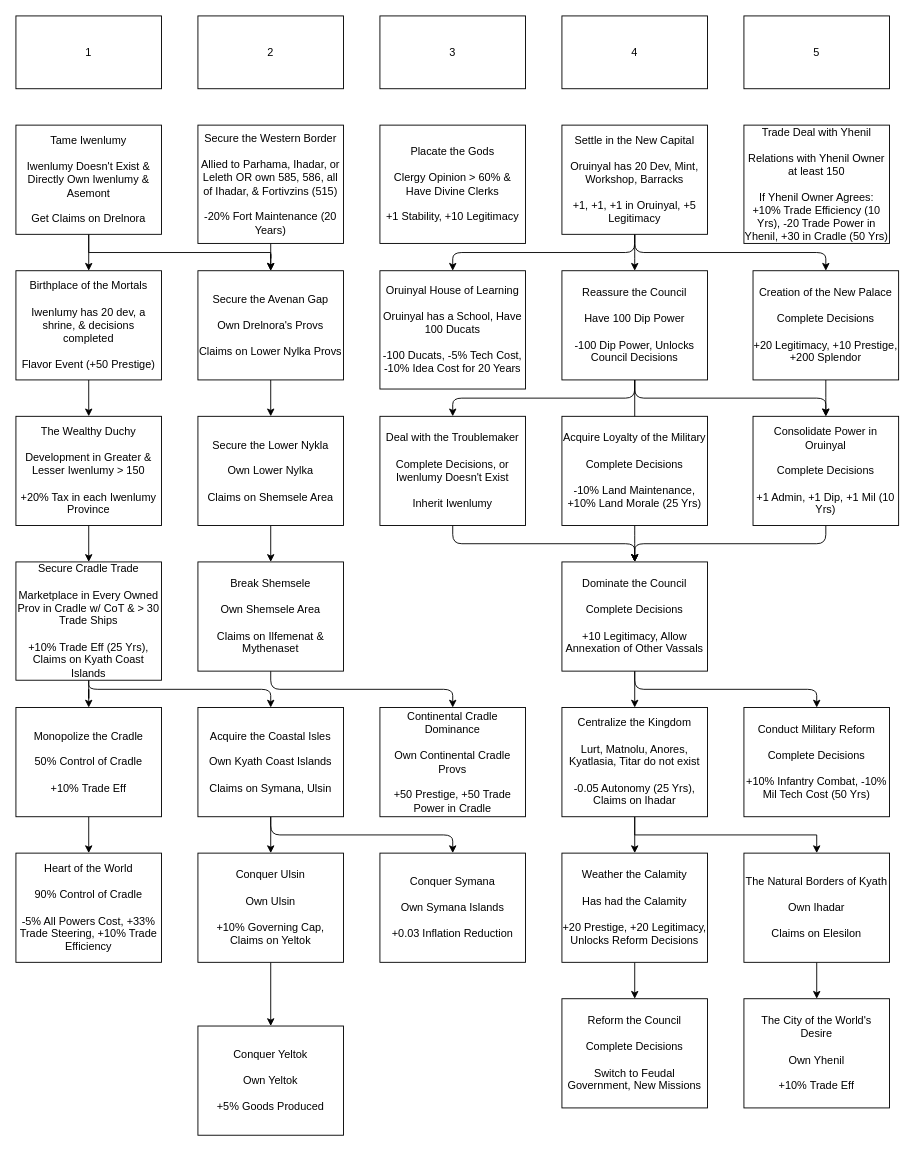
Before: planning/Kyath Mission Tree.drawio in Garion132/Aveia, a draw.io diagram. Source tidied: cells renumbered, new cells numbered last; positions are measured from the earlier drawing's top-left corner, leaving out a move shared by most shapes. Both pictures are drawn from the tidied source at 91%, with x=0, y=0 at pixel (15, 15).
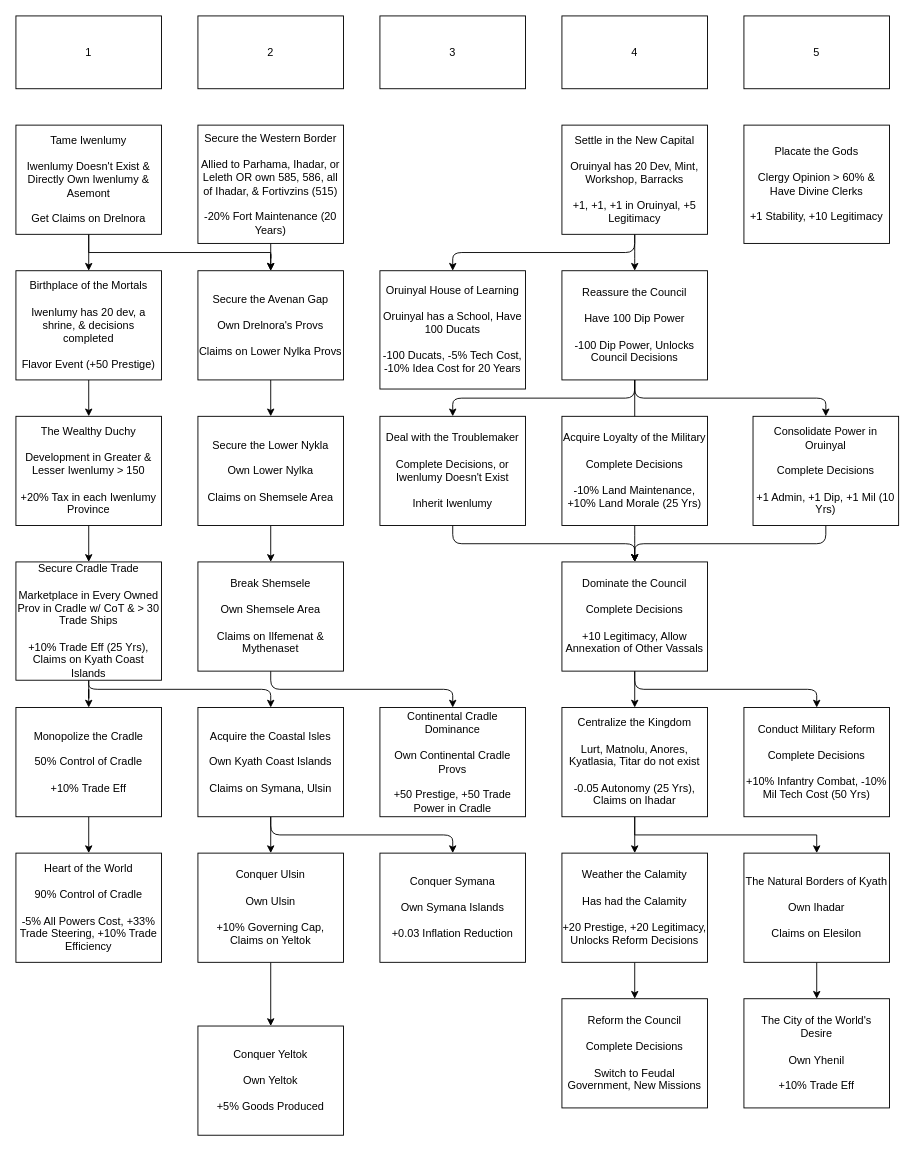
After the change.

The change refers to these unchanged cells:
```xml
<mxCell id="41" value="Settle in the New Capital&lt;br&gt;&lt;br&gt;Oruinyal has 20 Dev, Mint, Workshop, Barracks&lt;br&gt;&lt;br&gt;+1, +1, +1 in Oruinyal, +5 Legitimacy" style="rounded=0;whiteSpace=wrap;html=1;" parent="1" vertex="1">
  <mxGeometry x="600" y="120" width="160" height="120" as="geometry" />
</mxCell>
```

What changed in the source:
```diff
@@
-    <mxCell id="39" style="edgeStyle=orthogonalEdgeStyle;rounded=1;jettySize=auto;html=1;fontColor=#FFCCCC;" parent="1" edge="1" source="41" target="62">
-      <mxGeometry relative="1" as="geometry">
-        <Array as="points">
-          <mxPoint x="680" y="260" />
-          <mxPoint x="890" y="260" />
-        </Array>
-      </mxGeometry>
-    </mxCell>
@@
-    <mxCell id="44" value="Trade Deal with Yhenil&lt;br&gt;&lt;br&gt;Relations with Yhenil Owner at least 150&lt;br&gt;&lt;br&gt;If Yhenil Owner Agrees:&lt;br&gt;+10% Trade Efficiency (10 Yrs), -20 Trade Power in Yhenil, +30 in Cradle (50 Yrs)" style="rounded=0;whiteSpace=wrap;html=1;" parent="1" vertex="1">
-      <mxGeometry x="800" y="120" width="160" height="130" as="geometry" />
-    </mxCell>
@@
-    <mxCell id="61" style="edgeStyle=orthogonalEdgeStyle;rounded=1;jettySize=auto;html=1;fontColor=#FFCCCC;" parent="1" edge="1" source="62">
-      <mxGeometry relative="1" as="geometry">
-        <mxPoint x="890" y="440" as="targetPoint" />
-      </mxGeometry>
-    </mxCell>
-    <mxCell id="62" value="Creation of the New Palace&lt;br&gt;&lt;br&gt;Complete Decisions&lt;br&gt;&lt;br&gt;+20 Legitimacy, +10 Prestige, +200 Splendor" style="rounded=0;whiteSpace=wrap;html=1;" parent="1" vertex="1">
-      <mxGeometry x="810" y="280" width="160" height="120" as="geometry" />
-    </mxCell>
@@
     <mxCell id="64" value="Placate the Gods&lt;br&gt;&lt;br&gt;Clergy Opinion &amp;gt; 60% &amp;amp; Have Divine Clerks&lt;br&gt;&lt;br&gt;+1 Stability, +10 Legitimacy" style="rounded=0;whiteSpace=wrap;html=1;" parent="1" vertex="1">
-      <mxGeometry x="400" y="120" width="160" height="130" as="geometry" />
+      <mxGeometry x="800" y="120" width="160" height="130" as="geometry" />
     </mxCell>
```
